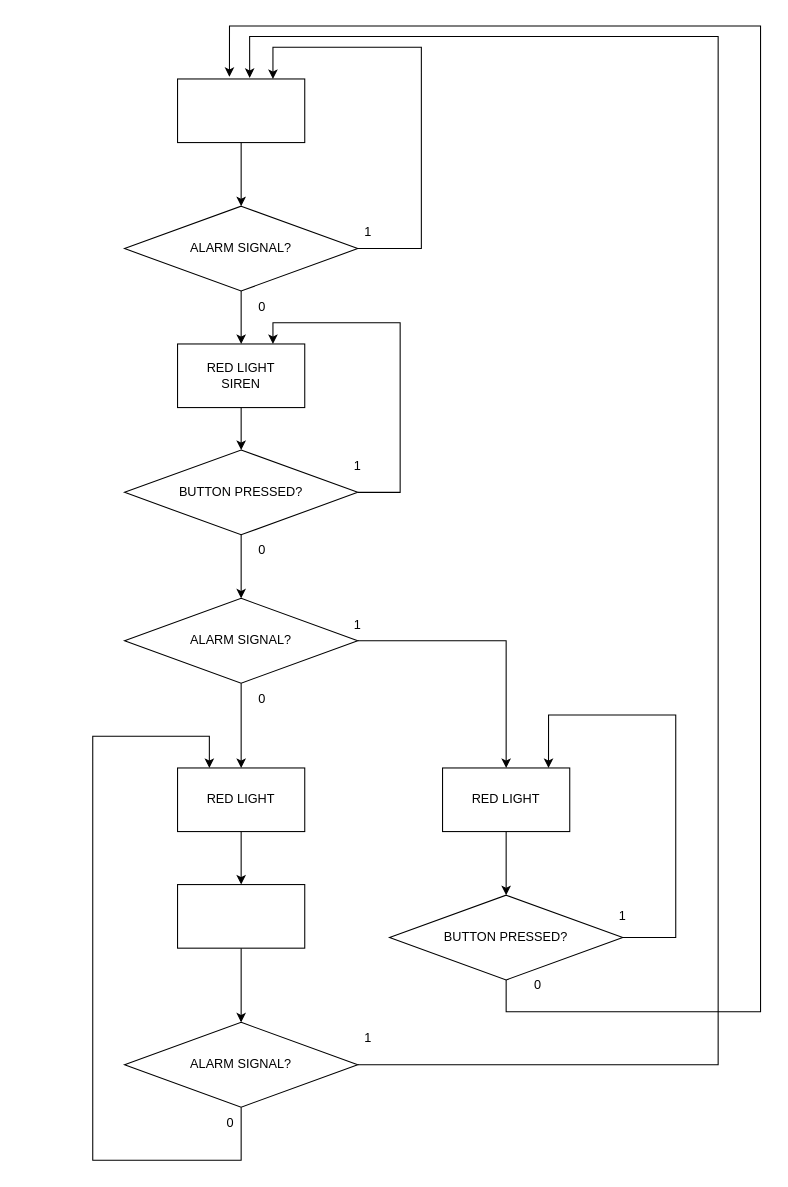
The draw.io diagram asm to python.drawio in konstkov/Repository, before the edit. Source tidied: cells renumbered, new cells numbered last; positions are measured from the earlier drawing's top-left corner, leaving out a move shared by most shapes. Both pictures are drawn from the tidied source at 106%, with x=0, y=0 at pixel (92, 25).
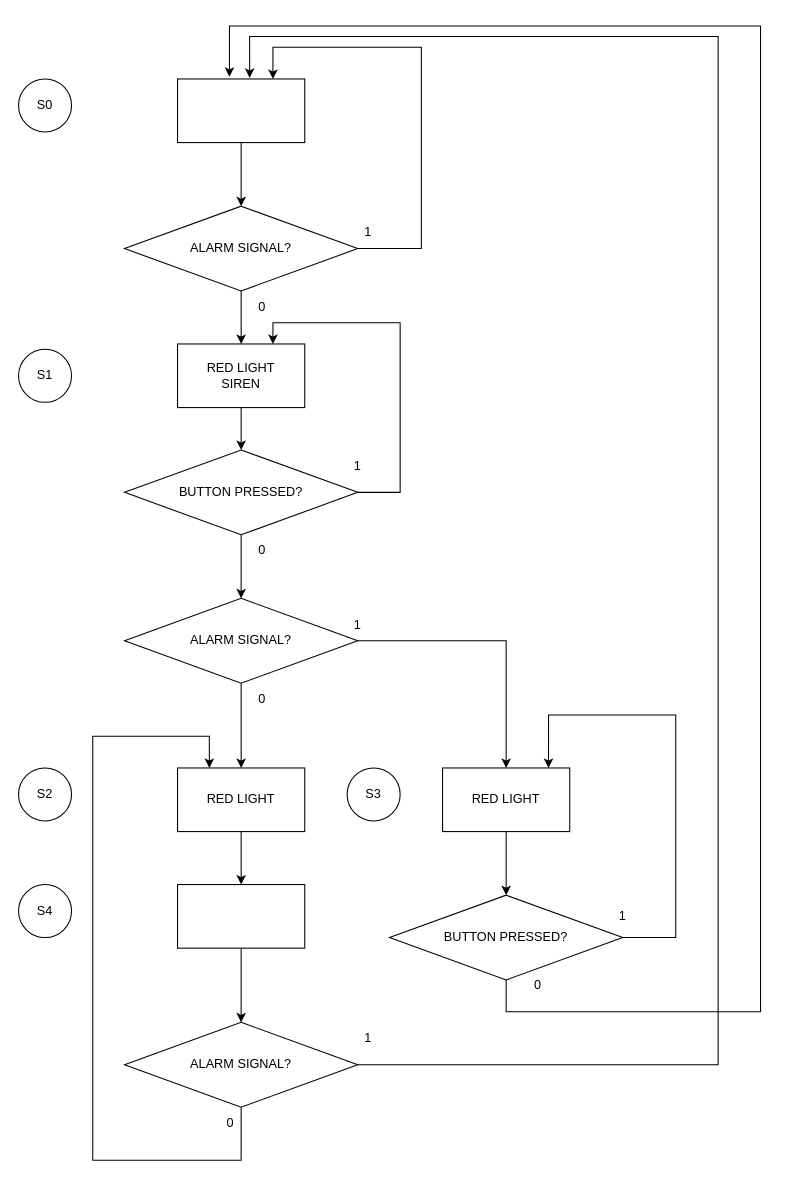
Above is the later version.

Diff of the diagram source:
```diff
@@
+    <mxCell id="37" value="S2" style="ellipse;whiteSpace=wrap;html=1;" parent="1" vertex="1">
+      <mxGeometry x="-70" y="700" width="50" height="50" as="geometry" />
+    </mxCell>
+    <mxCell id="38" value="S0" style="ellipse;whiteSpace=wrap;html=1;" parent="1" vertex="1">
+      <mxGeometry x="-70" y="50" width="50" height="50" as="geometry" />
+    </mxCell>
+    <mxCell id="39" value="S1" style="ellipse;whiteSpace=wrap;html=1;" parent="1" vertex="1">
+      <mxGeometry x="-70" y="305" width="50" height="50" as="geometry" />
+    </mxCell>
+    <mxCell id="40" value="S4" style="ellipse;whiteSpace=wrap;html=1;" parent="1" vertex="1">
+      <mxGeometry x="-70" y="810" width="50" height="50" as="geometry" />
+    </mxCell>
+    <mxCell id="41" value="S3" style="ellipse;whiteSpace=wrap;html=1;" parent="1" vertex="1">
+      <mxGeometry x="240" y="700" width="50" height="50" as="geometry" />
+    </mxCell>
```
